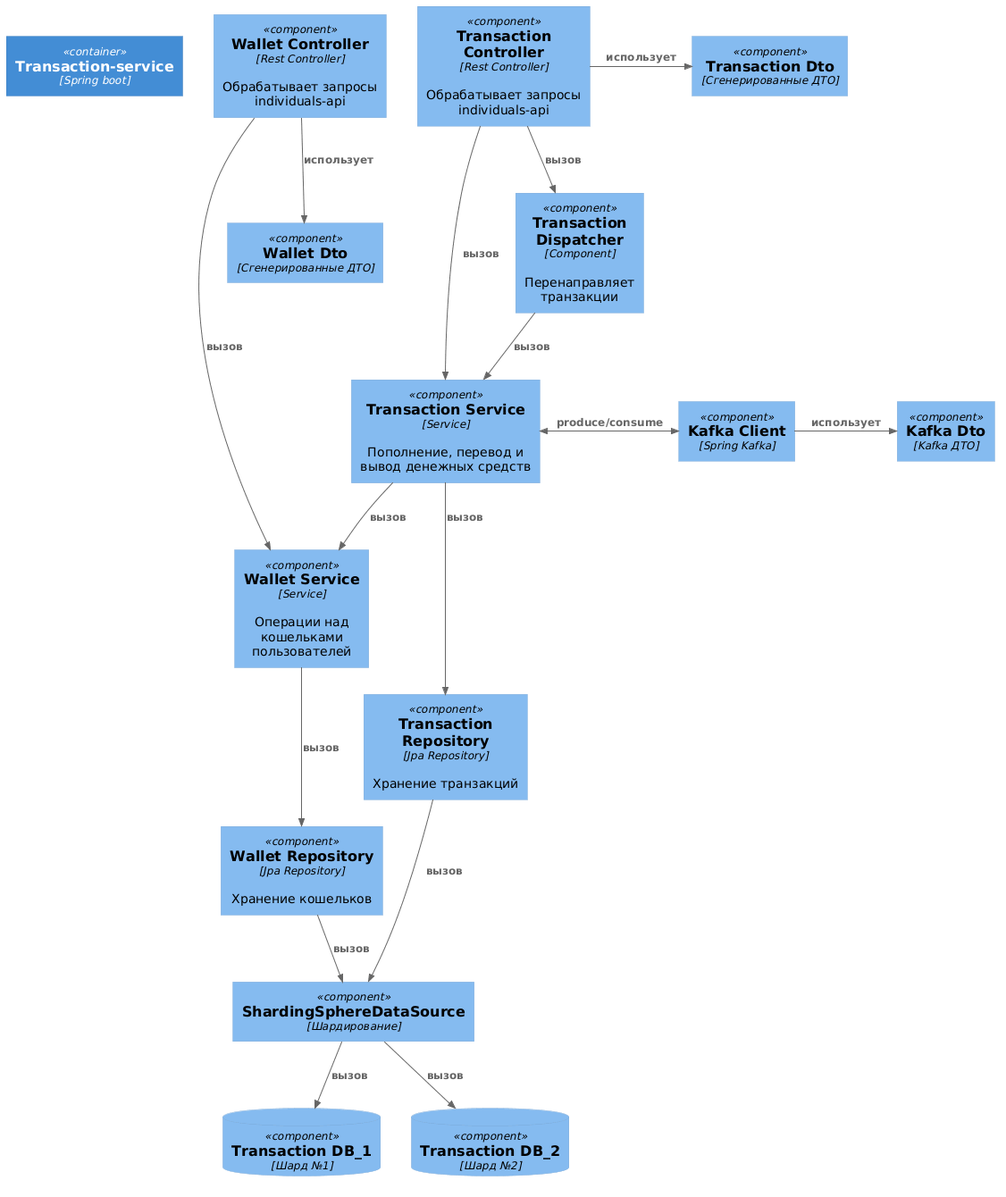
This is diagram/transaction-service-component.png from diamam90/payment-system, a PlantUML export, as it was before one commit.
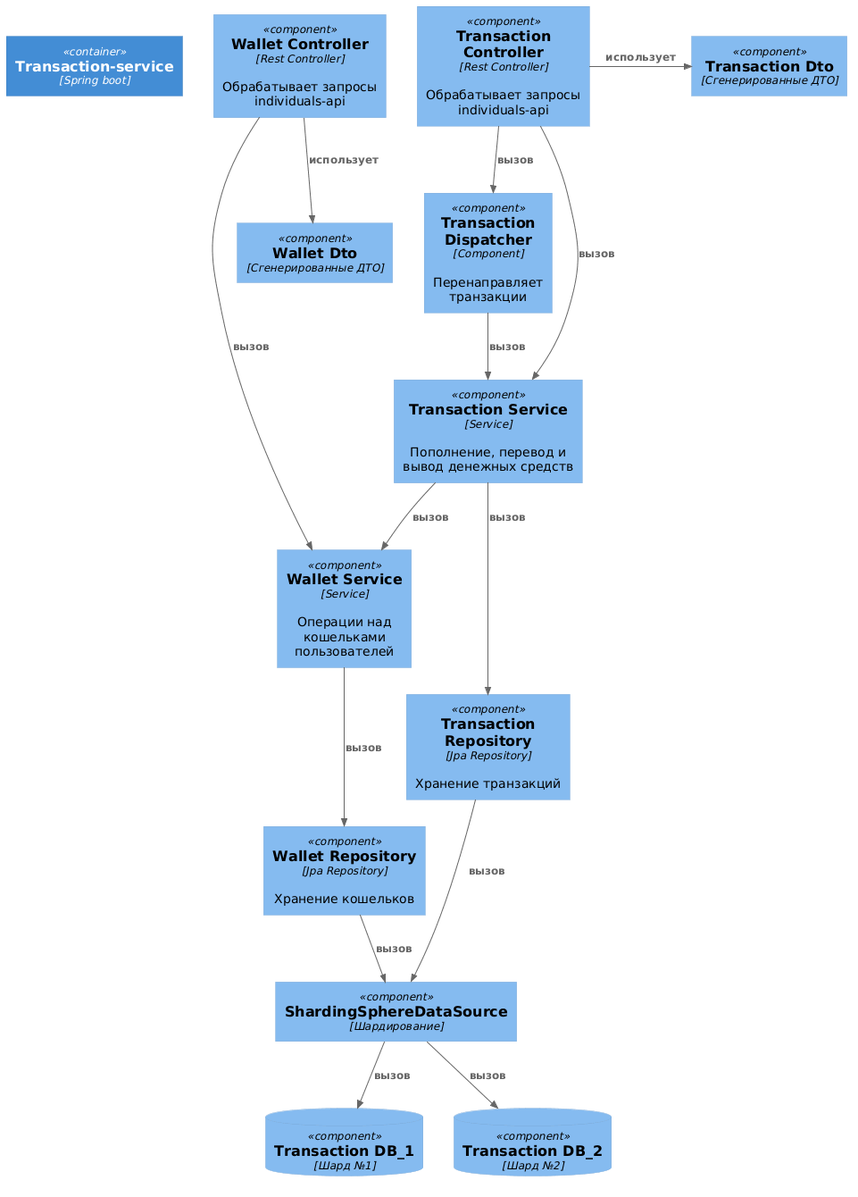
The same file after the commit.

What changed in the source:
```diff
@@ -8,7 +8,6 @@
 Component(tsDispatcher, "Transaction Dispatcher", "Component", "Перенаправляет транзакции")
 Component(tsService,"Transaction Service","Service","Пополнение, перевод и  вывод денежных средств")
 Component(wsService, "Wallet Service", "Service", "Операции над кошельками пользователей")
-Component(kafka,"Kafka Client","Spring Kafka")
 ComponentDb(db1,"Transaction DB_1","Шард №1")
 ComponentDb(db2,"Transaction DB_2","Шард №2")
 
@@ -18,7 +17,7 @@
 
 Component(tsDto, "Transaction Dto", "Сгенерированные ДТО")
 Component(wsDto, "Wallet Dto", "Сгенерированные ДТО")
-Component(kafkaDto, "Kafka Dto", "Kafka ДТО")
+
 
 Lay_R(ts, wsController)
 Lay_R(wsController, tsController)
@@ -39,10 +38,6 @@
 Rel(shard,db1,"вызов")
 Rel(shard,db2,"вызов")
 
-Rel_R(kafka, kafkaDto, "использует")
 Rel_R(tsController, tsDto, "использует")
 Rel(wsController, wsDto, "использует")
-
-
-BiRel_R(tsService, kafka,"produce/consume")
 @enduml
```
